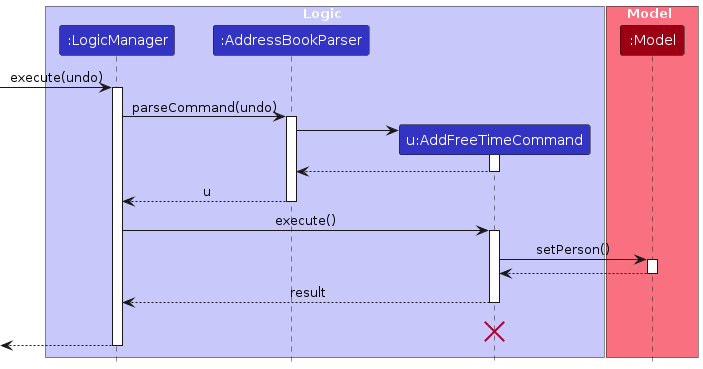
Earlier version of the PlantUML export diagrams/AddFreeTimeSequenceDiagram-Logic.png (donwong2308/tp). Its source is kept beside it as diagrams/AddFreeTimeSequenceDiagram-Logic.puml.
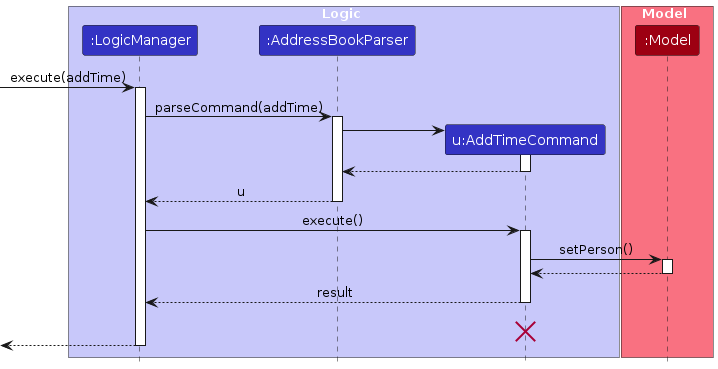
Later version of the same file.

The edit, as a diff of the source:
```diff
@@ -5,41 +5,41 @@
 box Logic LOGIC_COLOR_T1
 participant ":LogicManager" as LogicManager LOGIC_COLOR
 participant ":AddressBookParser" as AddressBookParser LOGIC_COLOR
-participant "u:AddFreeTimeCommand" as AddFreeTimeCommand LOGIC_COLOR
+participant "u:AddTimeCommand" as AddTimeCommand LOGIC_COLOR
 end box
 
 box Model MODEL_COLOR_T1
 participant ":Model" as Model MODEL_COLOR
 end box
-[-> LogicManager : execute(undo)
+[-> LogicManager : execute(addTime)
 activate LogicManager
 
-LogicManager -> AddressBookParser : parseCommand(undo)
+LogicManager -> AddressBookParser : parseCommand(addTime)
 activate AddressBookParser
 
-create AddFreeTimeCommand
-AddressBookParser -> AddFreeTimeCommand
-activate AddFreeTimeCommand
+create AddTimeCommand
+AddressBookParser -> AddTimeCommand
+activate AddTimeCommand
 
-AddFreeTimeCommand --> AddressBookParser
-deactivate AddFreeTimeCommand
+AddTimeCommand --> AddressBookParser
+deactivate AddTimeCommand
 
 AddressBookParser --> LogicManager : u
 deactivate AddressBookParser
 
-LogicManager -> AddFreeTimeCommand : execute()
-activate AddFreeTimeCommand
+LogicManager -> AddTimeCommand : execute()
+activate AddTimeCommand
 
-AddFreeTimeCommand -> Model : setPerson()
+AddTimeCommand -> Model : setPerson()
 activate Model
 
-Model --> AddFreeTimeCommand
+Model --> AddTimeCommand
 deactivate Model
 
-AddFreeTimeCommand --> LogicManager : result
-deactivate AddFreeTimeCommand
-AddFreeTimeCommand -[hidden]-> LogicManager : result
-destroy AddFreeTimeCommand
+AddTimeCommand --> LogicManager : result
+deactivate AddTimeCommand
+AddTimeCommand -[hidden]-> LogicManager : result
+destroy AddTimeCommand
 
 [<--LogicManager
 deactivate LogicManager
```
